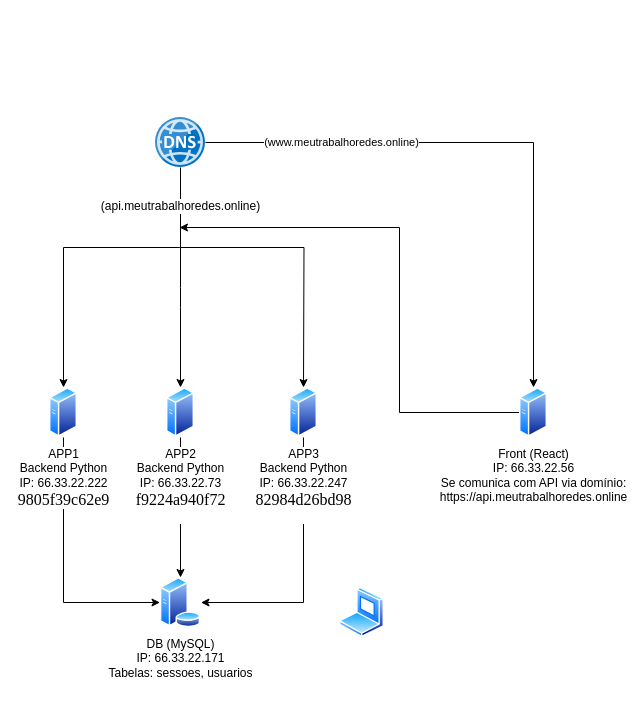
Above: documentação redes.drawio in WalterMonteirodabliu/trabalho_redes (draw.io), before the change. Source tidied: cells renumbered, new cells numbered last; positions are measured from the earlier drawing's top-left corner, leaving out a move shared by most shapes. Both pictures are drawn from the tidied source at 100%, with x=0, y=0 at pixel (49, 117).
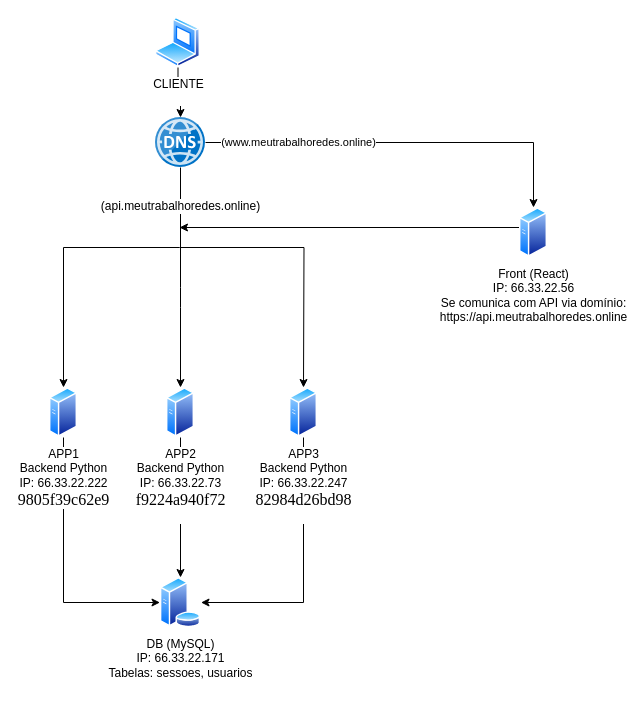
After the change.

Commit message:
att: Actualizar documentação redes.drawio final

Unchanged cells that the change refers to:
```xml
<mxCell id="6" style="image;sketch=0;html=1;points=[];align=center;fontSize=12;image=img/lib/mscae/DNS.svg;" parent="1" vertex="1">
  <mxGeometry x="106" width="50" height="50" as="geometry" />
</mxCell>
<mxCell id="13" value="&lt;div&gt;APP2&lt;/div&gt;&lt;div&gt;Backend Python&lt;/div&gt;&lt;div&gt;IP: 66.33.22.73&lt;/div&gt;&lt;div&gt;&lt;span style=&quot;font-family: &amp;quot;Times New Roman&amp;quot;; font-size: medium; text-align: start; text-wrap-mode: wrap;&quot;&gt;f9224a940f72&lt;/span&gt;&lt;/div&gt;&lt;div&gt;&lt;br&gt;&lt;/div&gt;" style="image;perimeter=ellipsePerimeter;html=1;align=center;shadow=0;dashed=0;spacingTop=3;image=img/lib/active_directory/generic_server.svg;" parent="1" vertex="1">
  <mxGeometry x="117" y="270" width="28" height="50" as="geometry" />
</mxCell>
```

Diff of the diagram source:
```diff
@@
+    <mxCell id="20" style="edgeStyle=orthogonalEdgeStyle;rounded=0;jettySize=auto;html=1;" parent="1" edge="1" source="12" target="6">
+      <mxGeometry relative="1" as="geometry" />
+    </mxCell>
-    <mxCell id="12" style="image;perimeter=ellipsePerimeter;html=1;align=center;shadow=0;dashed=0;spacingTop=3;image=img/lib/active_directory/laptop_client.svg;" parent="1" vertex="1">
-      <mxGeometry x="290" y="470" width="45" height="50" as="geometry" />
+    <mxCell id="12" value="CLIENTE&lt;div&gt;&lt;br&gt;&lt;/div&gt;" style="image;perimeter=ellipsePerimeter;html=1;align=center;shadow=0;dashed=0;spacingTop=3;image=img/lib/active_directory/laptop_client.svg;" parent="1" vertex="1">
+      <mxGeometry x="106" y="-100" width="45" height="50" as="geometry" />
     </mxCell>
@@
     <mxCell id="15" style="edgeStyle=orthogonalEdgeStyle;rounded=0;jettySize=auto;html=1;" parent="1" edge="1" source="16">
       <mxGeometry relative="1" as="geometry">
         <mxPoint x="130" y="110" as="targetPoint" />
         <Array as="points">
-          <mxPoint x="350" y="295" />
-          <mxPoint x="350" y="110" />
+          <mxPoint x="484" y="110" />
         </Array>
       </mxGeometry>
     </mxCell>
     <mxCell id="16" value="&lt;div&gt;Front (React)&lt;/div&gt;&lt;div&gt;IP: 66.33.22.56&lt;/div&gt;&lt;div&gt;&lt;div&gt;Se comunica com API via domínio:&lt;/div&gt;&lt;div&gt;https://api.meutrabalhoredes.online&lt;/div&gt;&lt;/div&gt;" style="image;perimeter=ellipsePerimeter;html=1;align=center;shadow=0;dashed=0;spacingTop=3;image=img/lib/active_directory/generic_server.svg;" parent="1" vertex="1">
-      <mxGeometry x="470" y="270" width="28" height="50" as="geometry" />
+      <mxGeometry x="470" y="90" width="28" height="50" as="geometry" />
     </mxCell>
@@
     <mxCell id="19" style="endArrow=classic;html=1;rounded=0;entryX=0.5;entryY=0;entryDx=0;entryDy=0;" parent="1" edge="1" target="13">
       <mxGeometry relative="1" as="geometry">
-        <mxPoint x="131" y="130" as="sourcePoint" />
+        <mxPoint x="131" y="120" as="sourcePoint" />
         <Array as="points">
           <mxPoint x="131" y="170" />
           <mxPoint x="131" y="190" />
         </Array>
       </mxGeometry>
     </mxCell>
```
